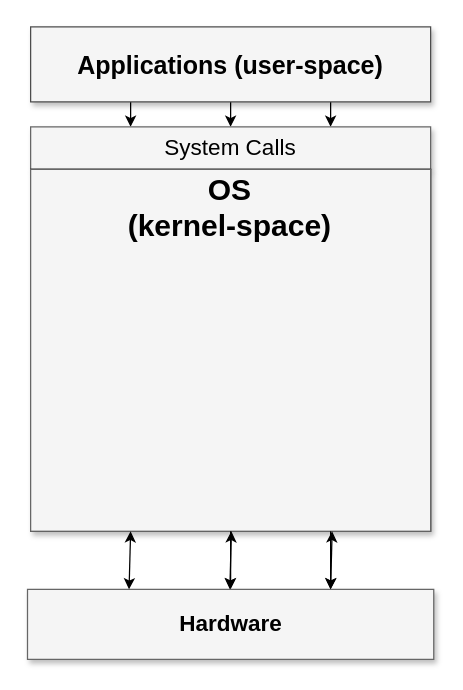
Steindvart/My_study keeps this draw.io diagram as page "OS_2" (3 of 4) of Operating_Systems/img/OS.drawio. Above is the earlier version. Source tidied: cells renumbered, new cells numbered last; positions are measured from the earlier drawing's top-left corner, leaving out a move shared by most shapes. Both pictures are drawn from the tidied source at 125%, with x=0, y=0 at pixel (28, 26).
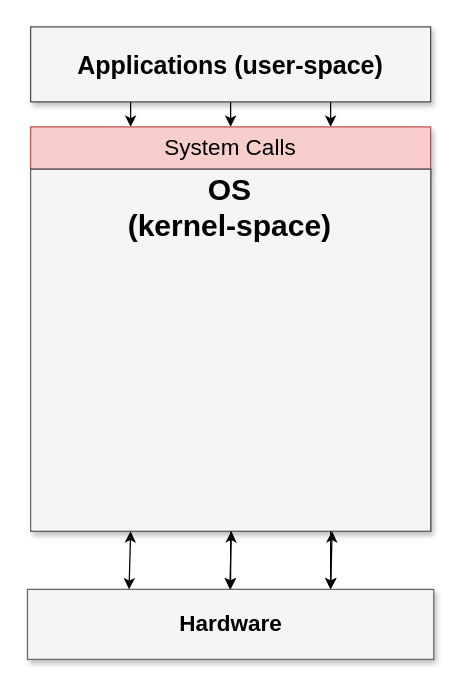
Above is the later version.

What changed in the source:
```diff
@@
-    <mxCell id="10" value="System Calls" style="whiteSpace=wrap;html=1;shadow=1;fontSize=18;fillColor=#f5f5f5;strokeColor=#666666;" parent="1" vertex="1">
+    <mxCell id="10" value="System Calls" style="whiteSpace=wrap;html=1;shadow=1;fontSize=18;fillColor=#f8cecc;strokeColor=#b85450;rounded=0;glass=0;comic=0;absoluteArcSize=0;noLabel=0;fixDash=0;" parent="1" vertex="1">
       <mxGeometry x="2" y="80" width="320" height="34" as="geometry" />
     </mxCell>
```
